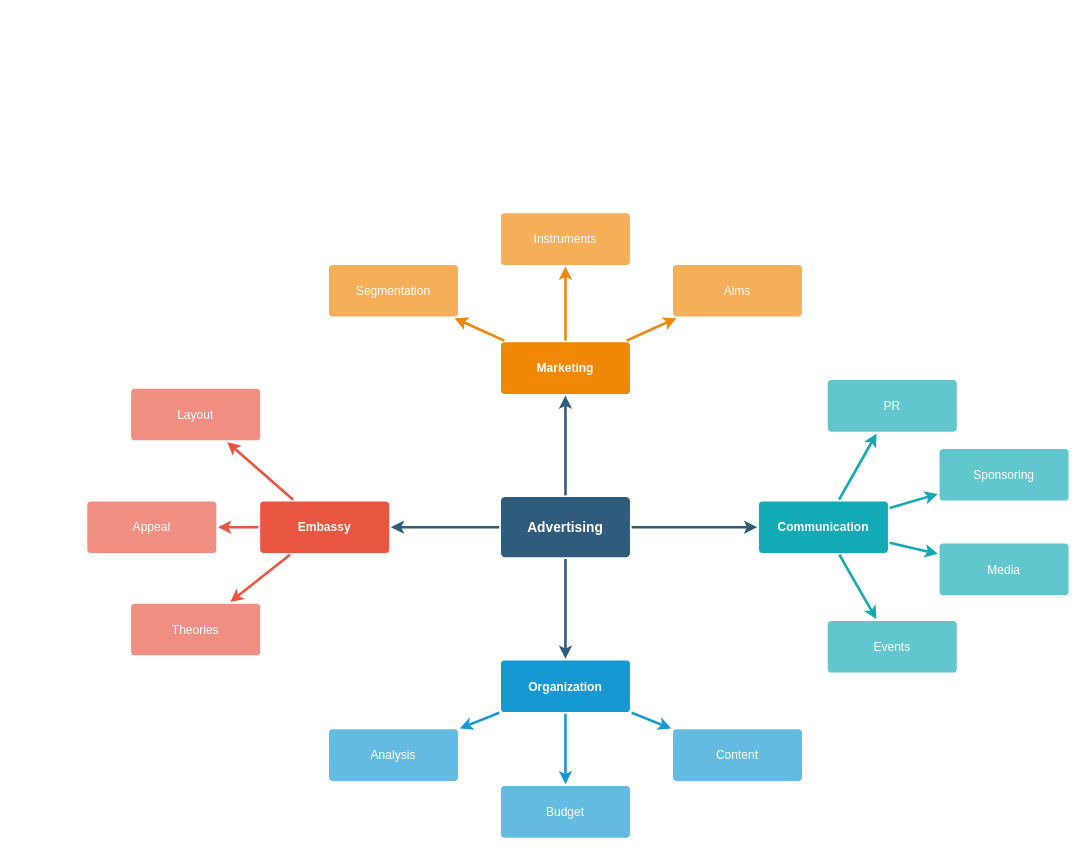
Before: Untitled Diagram.drawio in viehaed/edsolabs-fe, a draw.io diagram. Source tidied: cells renumbered, new cells numbered last; positions are measured from the earlier drawing's top-left corner, leaving out a move shared by most shapes. Both pictures are drawn from the tidied source at 86%, with x=0, y=0 at pixel (87, 212).
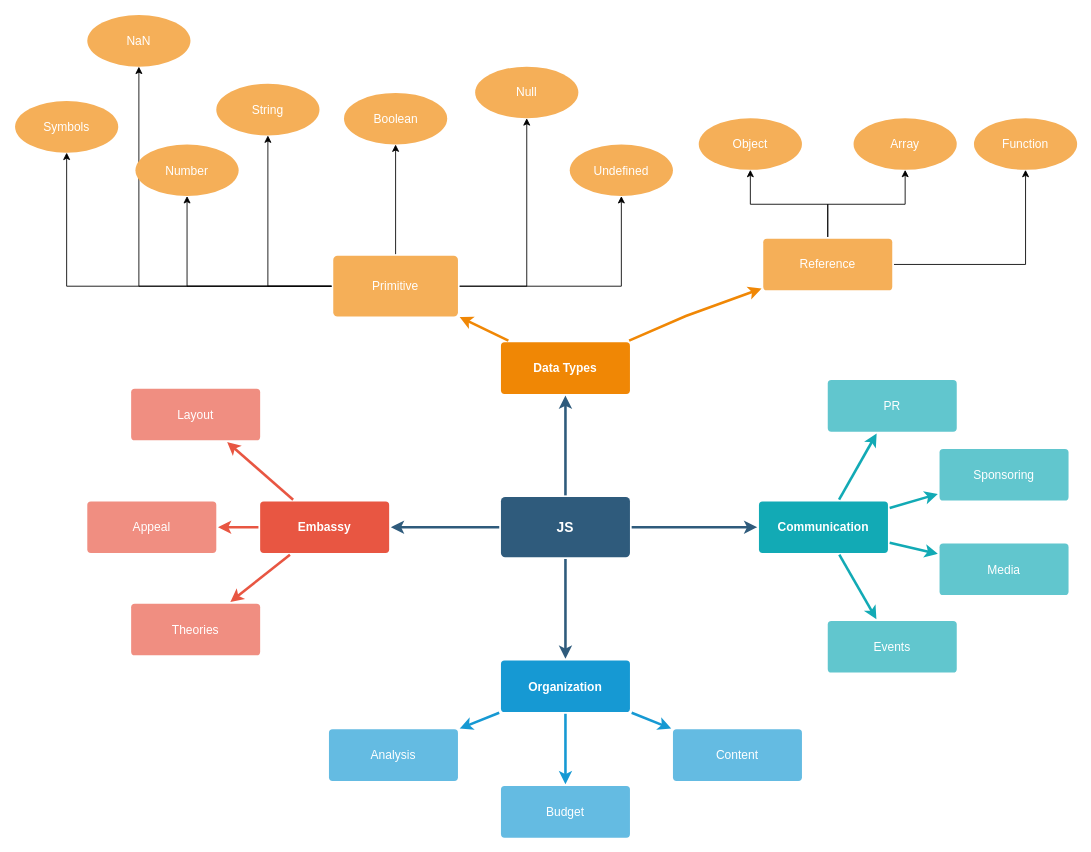
The same page after the edit.

What changed in the source:
```diff
@@
-    <mxCell id="6" value="Advertising" style="rounded=1;whiteSpace=wrap;html=1;shadow=0;labelBackgroundColor=none;strokeColor=none;strokeWidth=3;fillColor=#2F5B7C;fontFamily=Helvetica;fontSize=16;fontColor=#FFFFFF;align=center;fontStyle=1;spacing=5;arcSize=7;perimeterSpacing=2;" parent="1" vertex="1">
+    <mxCell id="6" value="JS" style="rounded=1;whiteSpace=wrap;html=1;shadow=0;labelBackgroundColor=none;strokeColor=none;strokeWidth=3;fillColor=#2F5B7C;fontFamily=Helvetica;fontSize=16;fontColor=#FFFFFF;align=center;fontStyle=1;spacing=5;arcSize=7;perimeterSpacing=2;" parent="1" vertex="1">
       <mxGeometry x="481" y="330.5" width="150" height="70" as="geometry" />
     </mxCell>
@@
-    <mxCell id="21" value="Marketing" style="rounded=1;whiteSpace=wrap;html=1;shadow=0;labelBackgroundColor=none;strokeColor=none;strokeWidth=3;fillColor=#F08705;fontFamily=Helvetica;fontSize=14;fontColor=#FFFFFF;align=center;spacing=5;fontStyle=1;arcSize=7;perimeterSpacing=2;" parent="1" vertex="1">
+    <mxCell id="21" value="Data Types" style="rounded=1;whiteSpace=wrap;html=1;shadow=0;labelBackgroundColor=none;strokeColor=none;strokeWidth=3;fillColor=#F08705;fontFamily=Helvetica;fontSize=14;fontColor=#FFFFFF;align=center;spacing=5;fontStyle=1;arcSize=7;perimeterSpacing=2;" parent="1" vertex="1">
       <mxGeometry x="481" y="150.5" width="150" height="60" as="geometry" />
     </mxCell>
-    <mxCell id="22" value="Aims&lt;br&gt;" style="rounded=1;whiteSpace=wrap;html=1;shadow=0;labelBackgroundColor=none;strokeColor=none;strokeWidth=3;fillColor=#f5af58;fontFamily=Helvetica;fontSize=14;fontColor=#FFFFFF;align=center;spacing=5;arcSize=7;perimeterSpacing=2;" parent="1" vertex="1">
-      <mxGeometry x="681" y="60.5" width="150" height="60" as="geometry" />
-    </mxCell>
-    <mxCell id="23" style="edgeStyle=none;rounded=0;jumpStyle=none;html=1;shadow=0;labelBackgroundColor=none;startArrow=none;startFill=0;endArrow=classic;endFill=1;jettySize=auto;strokeColor=#F08705;strokeWidth=3;fontFamily=Helvetica;fontSize=14;fontColor=#FFFFFF;spacing=5;" parent="1" edge="1" source="21" target="22">
-      <mxGeometry relative="1" as="geometry" />
-    </mxCell>
+    <mxCell id="37" style="edgeStyle=orthogonalEdgeStyle;rounded=0;jettySize=auto;html=1;" parent="1" edge="1" source="24" target="54">
+      <mxGeometry relative="1" as="geometry" />
+    </mxCell>
+    <mxCell id="38" style="edgeStyle=orthogonalEdgeStyle;rounded=0;jettySize=auto;html=1;" parent="1" edge="1" source="24" target="55">
+      <mxGeometry relative="1" as="geometry" />
+    </mxCell>
+    <mxCell id="39" style="edgeStyle=orthogonalEdgeStyle;rounded=0;jettySize=auto;html=1;" parent="1" edge="1" source="24" target="56">
+      <mxGeometry relative="1" as="geometry" />
+    </mxCell>
-    <mxCell id="24" value="Instruments" style="rounded=1;whiteSpace=wrap;html=1;shadow=0;labelBackgroundColor=none;strokeColor=none;strokeWidth=3;fillColor=#f5af58;fontFamily=Helvetica;fontSize=14;fontColor=#FFFFFF;align=center;spacing=5;arcSize=7;perimeterSpacing=2;" parent="1" vertex="1">
-      <mxGeometry x="481" y="0.5" width="150" height="60" as="geometry" />
+    <mxCell id="24" value="Reference" style="rounded=1;whiteSpace=wrap;html=1;shadow=0;labelBackgroundColor=none;strokeColor=none;strokeWidth=3;fillColor=#f5af58;fontFamily=Helvetica;fontSize=14;fontColor=#FFFFFF;align=center;spacing=5;arcSize=7;perimeterSpacing=2;" parent="1" vertex="1">
+      <mxGeometry x="786" y="30" width="150" height="60" as="geometry" />
     </mxCell>
     <mxCell id="25" style="edgeStyle=none;rounded=0;jumpStyle=none;html=1;shadow=0;labelBackgroundColor=none;startArrow=none;startFill=0;endArrow=classic;endFill=1;jettySize=auto;strokeColor=#F08705;strokeWidth=3;fontFamily=Helvetica;fontSize=14;fontColor=#FFFFFF;spacing=5;" parent="1" edge="1" source="21" target="24">
-      <mxGeometry relative="1" as="geometry" />
+      <mxGeometry relative="1" as="geometry">
+        <Array as="points">
+          <mxPoint x="696" y="120" />
+        </Array>
+      </mxGeometry>
     </mxCell>
+    <mxCell id="40" style="edgeStyle=orthogonalEdgeStyle;rounded=0;jettySize=auto;html=1;" parent="1" edge="1" source="26" target="47">
+      <mxGeometry relative="1" as="geometry" />
+    </mxCell>
+    <mxCell id="41" style="edgeStyle=orthogonalEdgeStyle;rounded=0;jettySize=auto;html=1;" parent="1" edge="1" source="26" target="48">
+      <mxGeometry relative="1" as="geometry" />
+    </mxCell>
+    <mxCell id="42" style="edgeStyle=orthogonalEdgeStyle;rounded=0;jettySize=auto;html=1;" parent="1" edge="1" source="26" target="49">
+      <mxGeometry relative="1" as="geometry" />
+    </mxCell>
+    <mxCell id="43" style="edgeStyle=orthogonalEdgeStyle;rounded=0;jettySize=auto;html=1;" parent="1" edge="1" source="26" target="50">
+      <mxGeometry relative="1" as="geometry" />
+    </mxCell>
+    <mxCell id="44" style="edgeStyle=orthogonalEdgeStyle;rounded=0;jettySize=auto;html=1;" parent="1" edge="1" source="26" target="51">
+      <mxGeometry relative="1" as="geometry" />
+    </mxCell>
+    <mxCell id="45" style="edgeStyle=orthogonalEdgeStyle;rounded=0;jettySize=auto;html=1;" parent="1" edge="1" source="26" target="52">
+      <mxGeometry relative="1" as="geometry" />
+    </mxCell>
+    <mxCell id="46" style="edgeStyle=orthogonalEdgeStyle;rounded=0;jettySize=auto;html=1;" parent="1" edge="1" source="26" target="53">
+      <mxGeometry relative="1" as="geometry" />
+    </mxCell>
-    <mxCell id="26" value="Segmentation" style="rounded=1;whiteSpace=wrap;html=1;shadow=0;labelBackgroundColor=none;strokeColor=none;strokeWidth=3;fillColor=#f5af58;fontFamily=Helvetica;fontSize=14;fontColor=#FFFFFF;align=center;spacing=5;arcSize=7;perimeterSpacing=2;" parent="1" vertex="1">
-      <mxGeometry x="281" y="60.5" width="150" height="60" as="geometry" />
+    <mxCell id="26" value="Primitive" style="rounded=1;whiteSpace=wrap;html=1;shadow=0;labelBackgroundColor=none;strokeColor=none;strokeWidth=3;fillColor=#f5af58;fontFamily=Helvetica;fontSize=14;fontColor=#FFFFFF;align=center;spacing=5;arcSize=7;perimeterSpacing=2;" parent="1" vertex="1">
+      <mxGeometry x="286" y="50" width="145" height="70.5" as="geometry" />
     </mxCell>
@@
+    <mxCell id="47" value="Number" style="ellipse;whiteSpace=wrap;html=1;rounded=1;shadow=0;fontSize=14;fontColor=#FFFFFF;strokeColor=none;strokeWidth=3;fillColor=#f5af58;spacing=5;arcSize=7;" parent="1" vertex="1">
+      <mxGeometry x="56" y="-79.5" width="120" height="60" as="geometry" />
+    </mxCell>
+    <mxCell id="48" value="Undefined" style="ellipse;whiteSpace=wrap;html=1;rounded=1;shadow=0;fontSize=14;fontColor=#FFFFFF;strokeColor=none;strokeWidth=3;fillColor=#f5af58;spacing=5;arcSize=7;" parent="1" vertex="1">
+      <mxGeometry x="561" y="-79.5" width="120" height="60" as="geometry" />
+    </mxCell>
+    <mxCell id="49" value="String" style="ellipse;whiteSpace=wrap;html=1;rounded=1;shadow=0;fontSize=14;fontColor=#FFFFFF;strokeColor=none;strokeWidth=3;fillColor=#f5af58;spacing=5;arcSize=7;" parent="1" vertex="1">
+      <mxGeometry x="150" y="-150" width="120" height="60" as="geometry" />
+    </mxCell>
+    <mxCell id="50" value="Null" style="ellipse;whiteSpace=wrap;html=1;rounded=1;shadow=0;fontSize=14;fontColor=#FFFFFF;strokeColor=none;strokeWidth=3;fillColor=#f5af58;spacing=5;arcSize=7;" parent="1" vertex="1">
+      <mxGeometry x="451" y="-170" width="120" height="60" as="geometry" />
+    </mxCell>
+    <mxCell id="51" value="Boolean" style="ellipse;whiteSpace=wrap;html=1;rounded=1;shadow=0;fontSize=14;fontColor=#FFFFFF;strokeColor=none;strokeWidth=3;fillColor=#f5af58;spacing=5;arcSize=7;" parent="1" vertex="1">
+      <mxGeometry x="298.5" y="-139.5" width="120" height="60" as="geometry" />
+    </mxCell>
+    <mxCell id="52" value="Symbols" style="ellipse;whiteSpace=wrap;html=1;rounded=1;shadow=0;fontSize=14;fontColor=#FFFFFF;strokeColor=none;strokeWidth=3;fillColor=#f5af58;spacing=5;arcSize=7;" parent="1" vertex="1">
+      <mxGeometry x="-84" y="-130" width="120" height="60" as="geometry" />
+    </mxCell>
+    <mxCell id="53" value="NaN" style="ellipse;whiteSpace=wrap;html=1;rounded=1;shadow=0;fontSize=14;fontColor=#FFFFFF;strokeColor=none;strokeWidth=3;fillColor=#f5af58;spacing=5;arcSize=7;" parent="1" vertex="1">
+      <mxGeometry y="-230" width="120" height="60" as="geometry" />
+    </mxCell>
+    <mxCell id="54" value="Object" style="ellipse;whiteSpace=wrap;html=1;rounded=1;shadow=0;fontSize=14;fontColor=#FFFFFF;strokeColor=none;strokeWidth=3;fillColor=#f5af58;spacing=5;arcSize=7;" parent="1" vertex="1">
+      <mxGeometry x="711" y="-110" width="120" height="60" as="geometry" />
+    </mxCell>
+    <mxCell id="55" value="Array" style="ellipse;whiteSpace=wrap;html=1;rounded=1;shadow=0;fontSize=14;fontColor=#FFFFFF;strokeColor=none;strokeWidth=3;fillColor=#f5af58;spacing=5;arcSize=7;" parent="1" vertex="1">
+      <mxGeometry x="891" y="-110" width="120" height="60" as="geometry" />
+    </mxCell>
+    <mxCell id="56" value="Function" style="ellipse;whiteSpace=wrap;html=1;rounded=1;shadow=0;fontSize=14;fontColor=#FFFFFF;strokeColor=none;strokeWidth=3;fillColor=#f5af58;spacing=5;arcSize=7;" parent="1" vertex="1">
+      <mxGeometry x="1031" y="-110" width="120" height="60" as="geometry" />
+    </mxCell>
```
